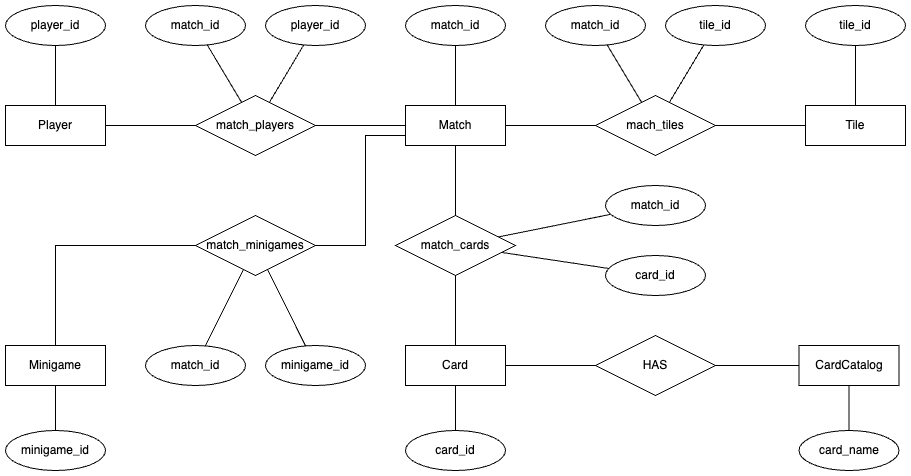
Before: Design/Diagrams/ForbbidenIslandFEI-Entity.png, a diagram exported from draw.io (gabosaurio12/TCS-Forbbiden_Island). Source tidied: cells renumbered, new cells last; positions are measured from the earlier drawing's top-left corner, leaving out a move shared by most shapes.
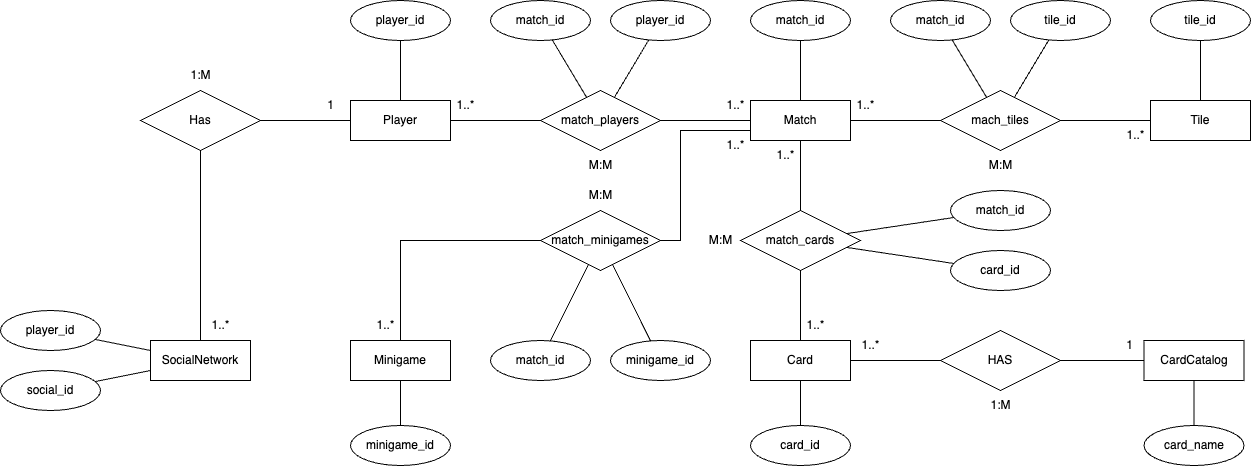
The same diagram one commit later.

Change to the diagram source:
```diff
@@ -129,8 +129,8 @@
     <mxCell id="42" style="endArrow=none;html=1;rounded=0;edgeStyle=orthogonalEdgeStyle;" parent="1" edge="1" source="40" target="3">
       <mxGeometry relative="1" as="geometry">
         <Array as="points">
-          <mxPoint x="360" y="240" />
-          <mxPoint x="360" y="130" />
+          <mxPoint x="330" y="240" />
+          <mxPoint x="330" y="130" />
         </Array>
       </mxGeometry>
     </mxCell>
@@ -150,7 +150,7 @@
       <mxGeometry x="600" y="250" width="100" height="40" as="geometry" />
     </mxCell>
     <mxCell id="48" value="match_id" style="ellipse;whiteSpace=wrap;html=1;align=center;" parent="1" vertex="1">
-      <mxGeometry x="600" y="180" width="100" height="40" as="geometry" />
+      <mxGeometry x="600" y="190" width="100" height="40" as="geometry" />
     </mxCell>
     <mxCell id="49" style="endArrow=none;html=1;rounded=0;" parent="1" edge="1" source="48" target="34">
       <mxGeometry relative="1" as="geometry" />
@@ -158,5 +158,83 @@
     <mxCell id="50" style="endArrow=none;html=1;rounded=0;" parent="1" edge="1" source="47" target="34">
       <mxGeometry relative="1" as="geometry" />
     </mxCell>
+    <mxCell id="51" value="SocialNetwork" style="whiteSpace=wrap;html=1;align=center;" parent="1" vertex="1">
+      <mxGeometry x="-200" y="340" width="100" height="40" as="geometry" />
+    </mxCell>
+    <mxCell id="52" value="Has" style="shape=rhombus;perimeter=rhombusPerimeter;whiteSpace=wrap;html=1;align=center;" parent="1" vertex="1">
+      <mxGeometry x="-210" y="90" width="120" height="60" as="geometry" />
+    </mxCell>
+    <mxCell id="53" style="endArrow=none;html=1;rounded=0;" parent="1" edge="1" source="52" target="2">
+      <mxGeometry relative="1" as="geometry" />
+    </mxCell>
+    <mxCell id="54" style="endArrow=none;html=1;rounded=0;" parent="1" edge="1" source="51" target="52">
+      <mxGeometry relative="1" as="geometry" />
+    </mxCell>
+    <mxCell id="55" value="1..*" style="text;html=1;align=center;verticalAlign=middle;strokeColor=none;fillColor=none;" parent="1" vertex="1">
+      <mxGeometry x="95" y="90" width="40" height="30" as="geometry" />
+    </mxCell>
+    <mxCell id="56" value="1..*" style="text;html=1;align=center;verticalAlign=middle;strokeColor=none;fillColor=none;" parent="1" vertex="1">
+      <mxGeometry x="365" y="90" width="40" height="30" as="geometry" />
+    </mxCell>
+    <mxCell id="57" value="1..*" style="text;html=1;align=center;verticalAlign=middle;strokeColor=none;fillColor=none;" parent="1" vertex="1">
+      <mxGeometry x="365" y="130" width="40" height="30" as="geometry" />
+    </mxCell>
+    <mxCell id="58" value="1..*" style="text;html=1;align=center;verticalAlign=middle;strokeColor=none;fillColor=none;" parent="1" vertex="1">
+      <mxGeometry x="15" y="310" width="40" height="30" as="geometry" />
+    </mxCell>
+    <mxCell id="59" value="1..*" style="text;html=1;align=center;verticalAlign=middle;strokeColor=none;fillColor=none;" parent="1" vertex="1">
+      <mxGeometry x="415" y="140" width="40" height="30" as="geometry" />
+    </mxCell>
+    <mxCell id="60" value="1..*" style="text;html=1;align=center;verticalAlign=middle;strokeColor=none;fillColor=none;" parent="1" vertex="1">
+      <mxGeometry x="445" y="310" width="40" height="30" as="geometry" />
+    </mxCell>
+    <mxCell id="61" value="M:M" style="text;html=1;align=center;verticalAlign=middle;strokeColor=none;fillColor=none;" parent="1" vertex="1">
+      <mxGeometry x="225" y="150" width="50" height="30" as="geometry" />
+    </mxCell>
+    <mxCell id="62" value="M:M" style="text;html=1;align=center;verticalAlign=middle;strokeColor=none;fillColor=none;" parent="1" vertex="1">
+      <mxGeometry x="225" y="180" width="50" height="30" as="geometry" />
+    </mxCell>
+    <mxCell id="63" value="M:M" style="text;html=1;align=center;verticalAlign=middle;strokeColor=none;fillColor=none;" parent="1" vertex="1">
+      <mxGeometry x="345" y="225" width="50" height="30" as="geometry" />
+    </mxCell>
+    <mxCell id="64" value="1:M" style="text;html=1;align=center;verticalAlign=middle;strokeColor=none;fillColor=none;" parent="1" vertex="1">
+      <mxGeometry x="630" y="390" width="40" height="30" as="geometry" />
+    </mxCell>
+    <mxCell id="65" value="1..*" style="text;html=1;align=center;verticalAlign=middle;strokeColor=none;fillColor=none;" parent="1" vertex="1">
+      <mxGeometry x="500" y="330" width="40" height="30" as="geometry" />
+    </mxCell>
+    <mxCell id="66" value="1" style="text;html=1;align=center;verticalAlign=middle;strokeColor=none;fillColor=none;" parent="1" vertex="1">
+      <mxGeometry x="763.5" y="330" width="30" height="30" as="geometry" />
+    </mxCell>
+    <mxCell id="67" value="M:M" style="text;html=1;align=center;verticalAlign=middle;strokeColor=none;fillColor=none;" parent="1" vertex="1">
+      <mxGeometry x="625" y="150" width="50" height="30" as="geometry" />
+    </mxCell>
+    <mxCell id="68" value="1..*" style="text;html=1;align=center;verticalAlign=middle;strokeColor=none;fillColor=none;" parent="1" vertex="1">
+      <mxGeometry x="495" y="90" width="40" height="30" as="geometry" />
+    </mxCell>
+    <mxCell id="69" value="1..*" style="text;html=1;align=center;verticalAlign=middle;strokeColor=none;fillColor=none;" parent="1" vertex="1">
+      <mxGeometry x="765" y="120" width="40" height="30" as="geometry" />
+    </mxCell>
+    <mxCell id="70" value="1..*" style="text;html=1;align=center;verticalAlign=middle;strokeColor=none;fillColor=none;" parent="1" vertex="1">
+      <mxGeometry x="-150" y="310" width="40" height="30" as="geometry" />
+    </mxCell>
+    <mxCell id="71" value="1" style="text;html=1;align=center;verticalAlign=middle;strokeColor=none;fillColor=none;" parent="1" vertex="1">
+      <mxGeometry x="-35" y="90" width="30" height="30" as="geometry" />
+    </mxCell>
+    <mxCell id="72" value="1:M" style="text;html=1;align=center;verticalAlign=middle;strokeColor=none;fillColor=none;" parent="1" vertex="1">
+      <mxGeometry x="-170" y="60" width="40" height="30" as="geometry" />
+    </mxCell>
+    <mxCell id="73" value="player_id" style="ellipse;whiteSpace=wrap;html=1;align=center;" parent="1" vertex="1">
+      <mxGeometry x="-350" y="310" width="100" height="40" as="geometry" />
+    </mxCell>
+    <mxCell id="74" value="social_id" style="ellipse;whiteSpace=wrap;html=1;align=center;" parent="1" vertex="1">
+      <mxGeometry x="-350" y="370" width="100" height="40" as="geometry" />
+    </mxCell>
+    <mxCell id="75" style="endArrow=none;html=1;rounded=0;" parent="1" edge="1" source="51" target="74">
+      <mxGeometry relative="1" as="geometry" />
+    </mxCell>
+    <mxCell id="76" style="endArrow=none;html=1;rounded=0;" parent="1" edge="1" source="73" target="51">
+      <mxGeometry relative="1" as="geometry" />
+    </mxCell>
   </root>
 </mxGraphModel>
```
